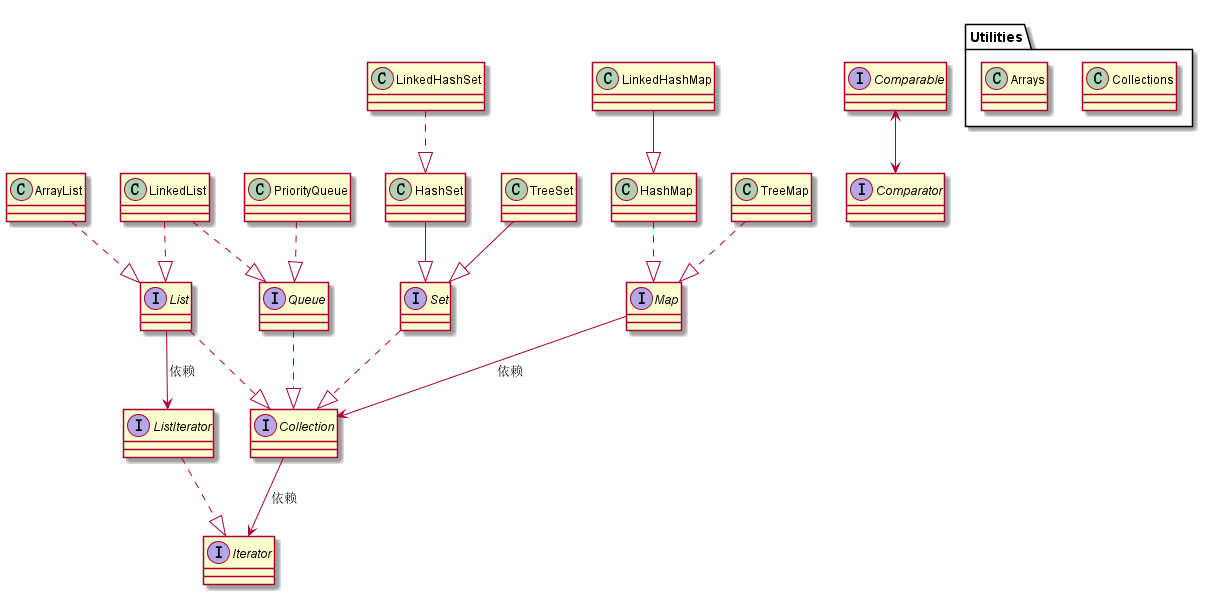
The PlantUML diagram imgs/容器.png in ChocoCLv/ChocoCLv.github.io, before a commit. Its diagram source:
```plantuml
@startuml 容器
interface Iterator
interface Collection
interface Map
interface ListIterator
interface List
interface Set
interface Queue

Collection --> Iterator : 依赖
Map --> Collection :依赖
List --> ListIterator : 依赖

ListIterator ..|> Iterator
List ..|> Collection
Set ..|> Collection
Queue ..|> Collection

class HashSet
class TreeSet
class LinkedHashSet
class ArrayList
class LinkedList
class PriorityQueue

ArrayList ..|> List
LinkedList ..|> List
LinkedList ..|> Queue
PriorityQueue ..|> Queue

HashSet --|> Set
TreeSet --|> Set
LinkedHashSet ..|> HashSet

class HashMap
class TreeMap
class LinkedHashMap

HashMap ..|> Map
TreeMap ..|> Map
LinkedHashMap --|> HashMap

interface Comparable
interface Comparator

Comparable <--> Comparator

package Utilities{
    class Collections
    class  Arrays
}




@enduml
```
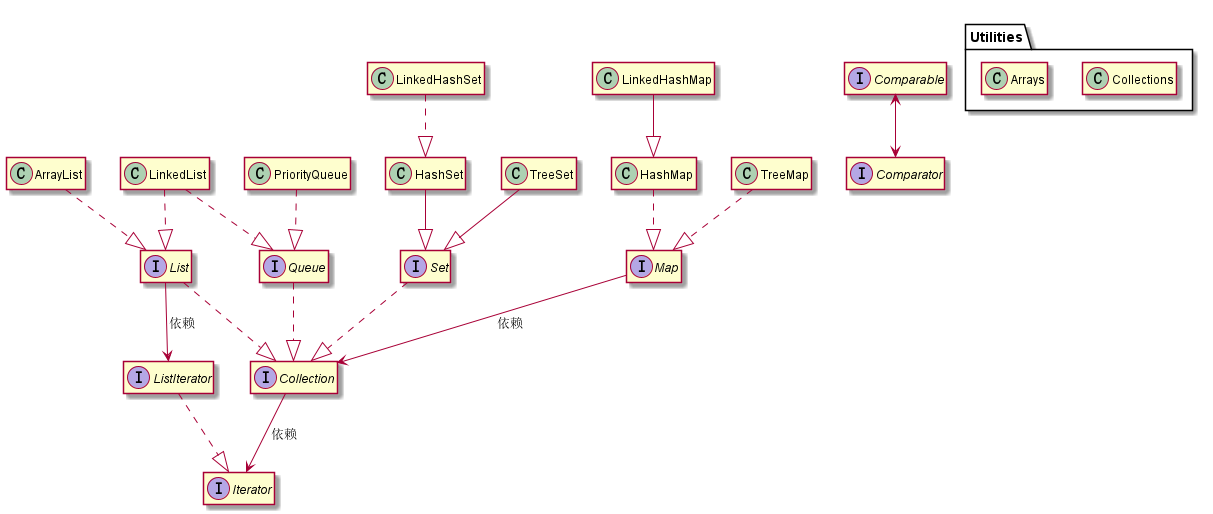
Above is the later version.

Diff of the diagram source:
```diff
@@ -1,11 +1,72 @@
 @startuml 容器
+hide members
 interface Iterator
 interface Collection
 interface Map
 interface ListIterator
-interface List
-interface Set
-interface Queue
+interface List {
+    + int size()
+    + boolean isEmpty()
+    + Iterator<E> iterator()
+    + boolean contains(Object o)
+    + boolean containsAll(Collection<?> c)
+
+    + Object[] toArray()
+    + <T> T[] toArray(T[] a)
+
+    + boolean add(E e)
+    + void add(int index, E element)
+    + boolean addAll(Collection<? extends E> c)
+    + boolean addAll(int index, Collection<? extends E> c)
+
+    + boolean remove(Object o)
+    + boolean removeAll(Collection<?> c)
+
+    + E get(int index)
+    + E set(int index, E element)
+    + E remove(int index)
+    + int indexOf(Object o)
+    + int lastIndexOf(Object o)
+    + void sort(Comparator<? super E> c)
+
+    + boolean retainAll(Collection<?> c) // 取交集
+    + void replaceAll(UnaryOperator<E> operator)
+    + void clear()
+    + boolean equals(Object o)
+    + int hashCode()
+    + ListIterator<E> listIterator()
+    + ListIterator<E> listIterator(int index)
+    + List<E> subList(int fromIndex, int toIndex) //view
+    + Spliterator<E> spliterator() //用于多线程并发迭代处理
+
+}
+interface Set {
+    + int size()
+    + boolean isEmpty()
+    + boolean contains(Object o)
+    + Iterator<E> iterator()
+    + Object[] toArray()
+    + <T> T[] toArray(T[] a)
+    + boolean add(E e)
+    + boolean addAll(Collection<? extends E> c)
+    + boolean remove(Object o)
+    + boolean containsAll(Collection<?> c)
+    + boolean retainAll(Collection<?> c)
+    + boolean removeAll(Collection<?> c)
+    + void clear()
+    + Spliterator<E> spliterator()
+    + boolean equals(Object o)
+    + int hashCode()
+}
+
+interface Queue {
+    + boolean add(E e)
+    + boolean offer(E e)
+    + E remove() //返回队首并删除 or Exception
+    + E poll() //返回队首并删除 or null
+    + E element() //返回队首 or Exception
+    + E peek() //返回队首 or null
+}
 
 Collection --> Iterator : 依赖
 Map --> Collection :依赖
```
